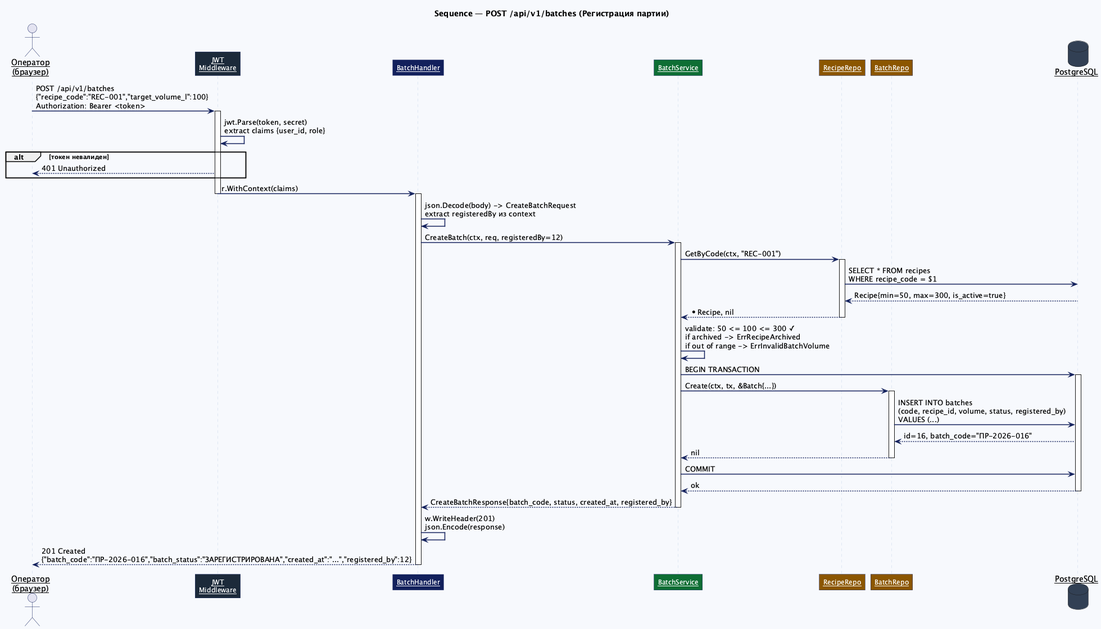
This is docs/diagrams-out/seq-register-batch.png from aleksandraasadova/ebr-monitoring-service, a PlantUML export, as it was before one commit. The source it was exported from:
```plantuml
@startuml seq-register-batch
title Sequence — POST /api/v1/batches (Регистрация партии)

skinparam sequenceArrowThickness 1.5
skinparam roundcorner 0
skinparam sequenceParticipant underline
skinparam backgroundColor #f7f9fc
skinparam sequence {
    ArrowColor      #12205c
    ActorBorderColor #12205c
    LifeLineBorderColor #c4d4e8
    ParticipantBorderColor #12205c
    ParticipantBackgroundColor #12205c
    ParticipantFontColor #ffffff
    ParticipantFontSize 12
}

actor "Оператор\n(браузер)" as UI
participant "JWT\nMiddleware" as JWT #1c2b3a
participant "BatchHandler" as H #12205c
participant "BatchService" as S #0f6e34
participant "RecipeRepo" as RR #8a5600
participant "BatchRepo" as BR #8a5600
database "PostgreSQL" as DB #334155

UI -> JWT : POST /api/v1/batches\n{"recipe_code":"REC-001","target_volume_l":100}\nAuthorization: Bearer <token>

activate JWT
JWT -> JWT : jwt.Parse(token, secret)\nextract claims {user_id, role}
alt токен невалиден
    JWT --> UI : 401 Unauthorized
end
JWT -> H : r.WithContext(claims)
deactivate JWT

activate H
H -> H : json.Decode(body) -> CreateBatchRequest\nextract registeredBy из context

H -> S : CreateBatch(ctx, req, registeredBy=12)
activate S

S -> RR : GetByCode(ctx, "REC-001")
activate RR
RR -> DB : SELECT * FROM recipes\nWHERE recipe_code = $1
DB --> RR : Recipe{min=50, max=300, is_active=true}
RR --> S : *Recipe, nil
deactivate RR

S -> S : validate: 50 <= 100 <= 300 ✓\nif archived -> ErrRecipeArchived\nif out of range -> ErrInvalidBatchVolume

S -> DB : BEGIN TRANSACTION
activate DB

S -> BR : Create(ctx, tx, &Batch{...})
activate BR
BR -> DB : INSERT INTO batches\n(code, recipe_id, volume, status, registered_by)\nVALUES (...)
DB --> BR : id=16, batch_code="ПР-2026-016"
BR --> S : nil
deactivate BR

S -> DB : COMMIT
DB --> S : ok
deactivate DB

S --> H : CreateBatchResponse{batch_code, status, created_at, registered_by}
deactivate S

H -> H : w.WriteHeader(201)\njson.Encode(response)
H --> UI : 201 Created\n{"batch_code":"ПР-2026-016","batch_status":"ЗАРЕГИСТРИРОВАНА","created_at":"...","registered_by":12}
deactivate H

@enduml
```
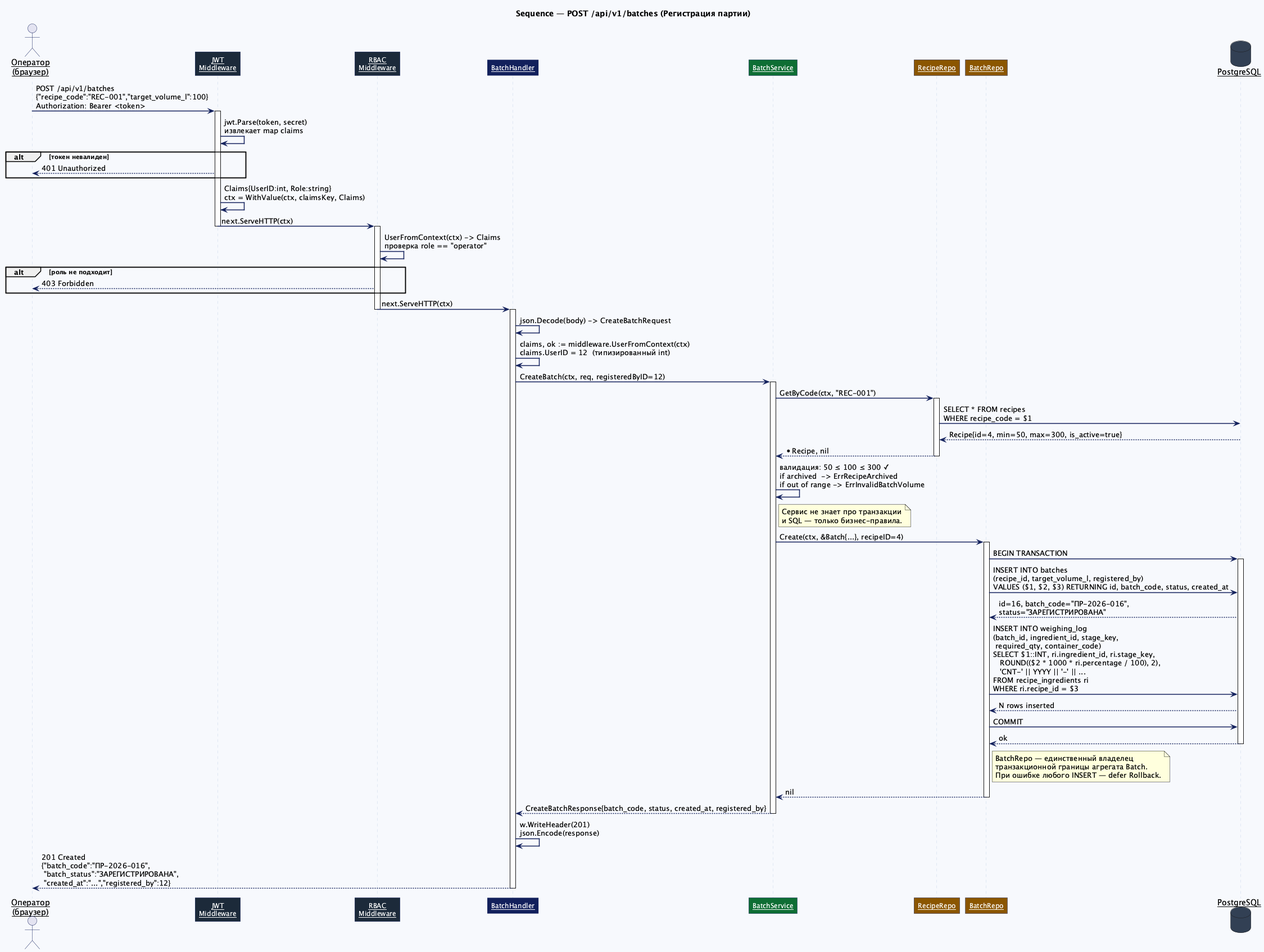
After the change.

Change to the diagram source:
```diff
@@ -17,6 +17,7 @@
 
 actor "Оператор\n(браузер)" as UI
 participant "JWT\nMiddleware" as JWT #1c2b3a
+participant "RBAC\nMiddleware" as RBAC #1c2b3a
 participant "BatchHandler" as H #12205c
 participant "BatchService" as S #0f6e34
 participant "RecipeRepo" as RR #8a5600
@@ -26,47 +27,73 @@
 UI -> JWT : POST /api/v1/batches\n{"recipe_code":"REC-001","target_volume_l":100}\nAuthorization: Bearer <token>
 
 activate JWT
-JWT -> JWT : jwt.Parse(token, secret)\nextract claims {user_id, role}
+JWT -> JWT : jwt.Parse(token, secret)\nизвлекает map claims
 alt токен невалиден
     JWT --> UI : 401 Unauthorized
 end
-JWT -> H : r.WithContext(claims)
+JWT -> JWT : Claims{UserID:int, Role:string}\nctx = WithValue(ctx, claimsKey, Claims)
+JWT -> RBAC : next.ServeHTTP(ctx)
 deactivate JWT
 
+activate RBAC
+RBAC -> RBAC : UserFromContext(ctx) -> Claims\nпроверка role == "operator"
+alt роль не подходит
+    RBAC --> UI : 403 Forbidden
+end
+RBAC -> H : next.ServeHTTP(ctx)
+deactivate RBAC
+
 activate H
-H -> H : json.Decode(body) -> CreateBatchRequest\nextract registeredBy из context
+H -> H : json.Decode(body) -> CreateBatchRequest
+H -> H : claims, ok := middleware.UserFromContext(ctx)\nclaims.UserID = 12  (типизированный int)
 
-H -> S : CreateBatch(ctx, req, registeredBy=12)
+H -> S : CreateBatch(ctx, req, registeredByID=12)
 activate S
 
 S -> RR : GetByCode(ctx, "REC-001")
 activate RR
 RR -> DB : SELECT * FROM recipes\nWHERE recipe_code = $1
-DB --> RR : Recipe{min=50, max=300, is_active=true}
+DB --> RR : Recipe{id=4, min=50, max=300, is_active=true}
 RR --> S : *Recipe, nil
 deactivate RR
 
-S -> S : validate: 50 <= 100 <= 300 ✓\nif archived -> ErrRecipeArchived\nif out of range -> ErrInvalidBatchVolume
+S -> S : валидация: 50 ≤ 100 ≤ 300 ✓\nif archived  -> ErrRecipeArchived\nif out of range -> ErrInvalidBatchVolume
 
-S -> DB : BEGIN TRANSACTION
+note right of S
+  Сервис не знает про транзакции
+  и SQL — только бизнес-правила.
+end note
+
+S -> BR : Create(ctx, &Batch{...}, recipeID=4)
+activate BR
+
+BR -> DB : BEGIN TRANSACTION
 activate DB
 
-S -> BR : Create(ctx, tx, &Batch{...})
-activate BR
-BR -> DB : INSERT INTO batches\n(code, recipe_id, volume, status, registered_by)\nVALUES (...)
-DB --> BR : id=16, batch_code="ПР-2026-016"
+BR -> DB : INSERT INTO batches\n(recipe_id, target_volume_l, registered_by)\nVALUES ($1, $2, $3) RETURNING id, batch_code, status, created_at
+DB --> BR : id=16, batch_code="ПР-2026-016",\nstatus="ЗАРЕГИСТРИРОВАНА"
+
+BR -> DB : INSERT INTO weighing_log\n(batch_id, ingredient_id, stage_key,\n required_qty, container_code)\nSELECT $1::INT, ri.ingredient_id, ri.stage_key,\n   ROUND(($2 * 1000 * ri.percentage / 100), 2),\n   'CNT-' || YYYY || '-' || ...\nFROM recipe_ingredients ri\nWHERE ri.recipe_id = $3
+DB --> BR : N rows inserted
+
+BR -> DB : COMMIT
+DB --> BR : ok
+deactivate DB
+
+note right of BR
+  BatchRepo — единственный владелец
+  транзакционной границы агрегата Batch.
+  При ошибке любого INSERT — defer Rollback.
+end note
+
 BR --> S : nil
 deactivate BR
-
-S -> DB : COMMIT
-DB --> S : ok
-deactivate DB
 
 S --> H : CreateBatchResponse{batch_code, status, created_at, registered_by}
 deactivate S
 
 H -> H : w.WriteHeader(201)\njson.Encode(response)
-H --> UI : 201 Created\n{"batch_code":"ПР-2026-016","batch_status":"ЗАРЕГИСТРИРОВАНА","created_at":"...","registered_by":12}
+H --> UI : 201 Created\n{"batch_code":"ПР-2026-016",\n "batch_status":"ЗАРЕГИСТРИРОВАНА",\n "created_at":"...","registered_by":12}
 deactivate H
 
 @enduml
```
